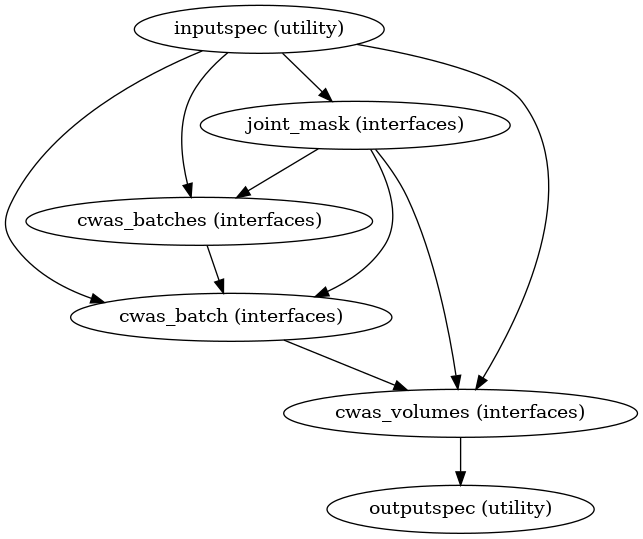
Above: docs/nightly/developer/workflows/images/generated/create_cwas.png in FCP-INDI/fcp-indi.github.io (Graphviz), before the change. Its source is kept beside it as docs/nightly/developer/workflows/images/generated/create_cwas.dot.
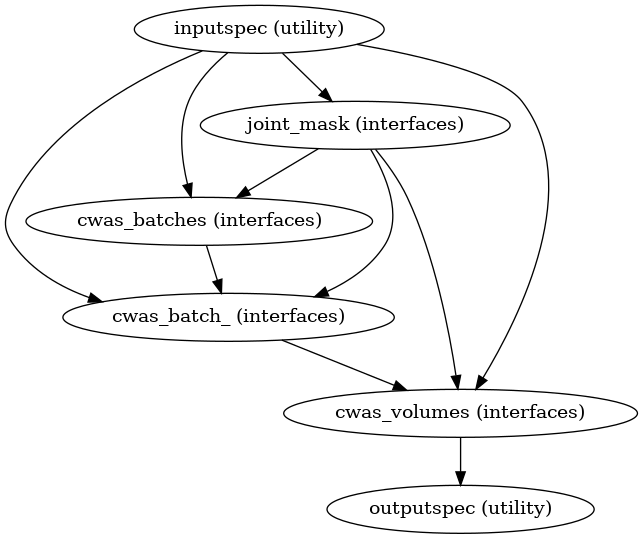
Above is the later version.

The edit, as a diff of the source:
```diff
@@ -2,17 +2,17 @@
 "inputspec (utility)";
 "joint_mask (interfaces)";
 "cwas_batches (interfaces)";
-"cwas_batch (interfaces)";
+"cwas_batch_ (interfaces)";
 "cwas_volumes (interfaces)";
 "outputspec (utility)";
 "inputspec (utility)" -> "joint_mask (interfaces)";
 "inputspec (utility)" -> "cwas_batches (interfaces)";
-"inputspec (utility)" -> "cwas_batch (interfaces)";
+"inputspec (utility)" -> "cwas_batch_ (interfaces)";
 "inputspec (utility)" -> "cwas_volumes (interfaces)";
 "joint_mask (interfaces)" -> "cwas_batches (interfaces)";
-"joint_mask (interfaces)" -> "cwas_batch (interfaces)";
+"joint_mask (interfaces)" -> "cwas_batch_ (interfaces)";
 "joint_mask (interfaces)" -> "cwas_volumes (interfaces)";
-"cwas_batches (interfaces)" -> "cwas_batch (interfaces)";
-"cwas_batch (interfaces)" -> "cwas_volumes (interfaces)";
+"cwas_batches (interfaces)" -> "cwas_batch_ (interfaces)";
+"cwas_batch_ (interfaces)" -> "cwas_volumes (interfaces)";
 "cwas_volumes (interfaces)" -> "outputspec (utility)";
 }
```
